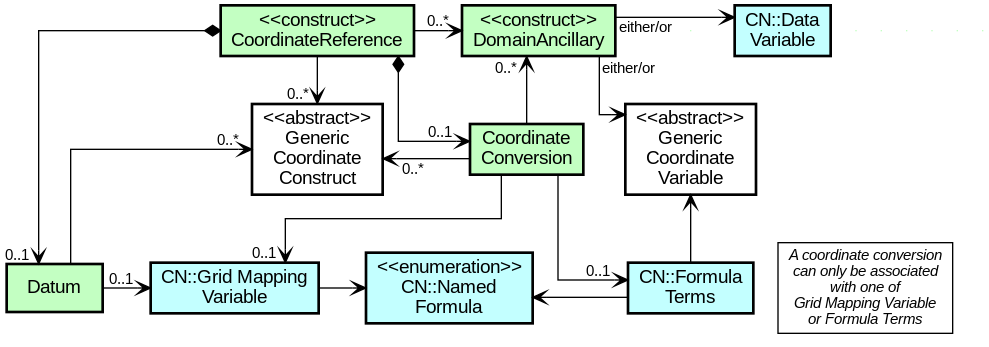
Above: images/cfdm_coordinate_reference.png in cf-convention/cf-conventions (Graphviz), before the change. Its source is kept beside it as images/cfdm_coordinate_reference.gv. Source of this version:
```dot
digraph {splines=ortho nodesep="+0.25"

node [
     style="filled,bold"
     shape=rectangle
     fillcolor="#C3FFC2"
     width=1.0
     height=0.5
     fontname="Arial"
     ]

DataVariable [
	       fillcolor="#C3FFFF"
	       label="CN::Data\nVariable"
	       ]

GenericCoordinateVariable [
		  label="<<abstract>>\nGeneric\nCoordinate\nVariable"
		  fillcolor=white
		  ]
GridMappingVariable [
	     fillcolor="#C3FFFF"
	     label="CN::Grid Mapping\nVariable"
	     ]

NamedFormula [
	     fillcolor="#C3FFFF"
	     label="<<enumeration>>\nCN::Named\nFormula"
	     ]

FormulaTerms [
	     fillcolor="#C3FFFF"
	     label="CN::Formula\nTerms"
	     ]

GenericCoordinateConstruct [
		  label="<<abstract>>\nGeneric\nCoordinate\nConstruct"
		  fillcolor=white
		  ]
DomainAncillary [
	   label="<<construct>>\nDomainAncillary"
	   ]
CoordinateReference [
		    label="<<construct>>\nCoordinateReference"
		    ]
CoordinateConversion [
		    label="Coordinate\nConversion"
		    ]
Datum [
		    label="Datum"
		    ]

Note [
               style=filled
	       fillcolor=white
	       label="A coordinate conversion
can only be associated
with one of
Grid Mapping Variable
or Formula Terms"
	       fontsize="11.0"
	       fontname="Arial italic"
	       ]

node [
     width=0
     height=0
     size=fixed
     shape=none
     label=""
     ]
route1
route2
route3
route4
route5
route6

edge [arrowtail=none
      arrowhead=vee
      dir=both
      arrowsize=1.0
      fontname="Arial"
      labelfontsize=11.0
      ]

CoordinateReference -> DomainAncillary [headlabel="0..*   " minlen=2]
CoordinateReference -> GenericCoordinateConstruct [weight=100
                                                   headlabel="0..*  "]
CoordinateReference -> Datum [arrowtail=diamond headlabel="0..1  "]
CoordinateReference -> CoordinateConversion [arrowtail=diamond
		                             headlabel="0..1    "]
DomainAncillary -> CoordinateConversion [arrowhead=none
			                 arrowtail=vee
					 taillabel="0..*       "
			                 labeldistance=1.1]
GenericCoordinateConstruct -> CoordinateConversion [arrowhead=none
			                            arrowtail=vee
						    taillabel="   0..*"
						    labeldistance=2.0]
DomainAncillary -> DataVariable [taillabel="   either/or" minlen=5
                                 labeldistance=2]
DomainAncillary -> GenericCoordinateVariable [taillabel="                  either/or"
                                              labeldistance=1.1]

Datum -> GenericCoordinateConstruct [headlabel="0..*   "]
Datum -> GridMappingVariable [minlen=2 headlabel="0..1    "]
GridMappingVariable -> NamedFormula [minlen=2]
NamedFormula -> FormulaTerms [arrowtail=vee arrowhead=none minlen=4]
GenericCoordinateVariable -> FormulaTerms [weight=100
			                   arrowtail=vee
					   arrowhead=none]

CoordinateConversion -> GridMappingVariable [headlabel="0..1  "]
CoordinateConversion -> FormulaTerms [headlabel="0..1    "]

{rank=same; CoordinateReference, DomainAncillary, DataVariable}
{rank=same; GenericCoordinateConstruct, CoordinateConversion,
	    GenericCoordinateVariable}
{rank=same; Datum, GridMappingVariable, NamedFormula, FormulaTerms, Note}


CoordinateConversion -> GenericCoordinateVariable [style=invis]
Data -> GenericCoordinateVariable [style=invis]

}
```
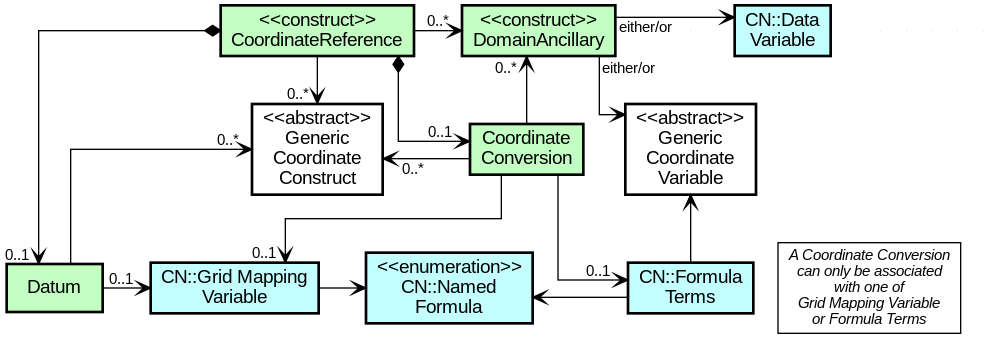
Above is the later version.

Commit message:
figure notes

Change to the diagram source:
```diff
@@ -53,7 +53,7 @@
 Note [
                style=filled
 	       fillcolor=white
-	       label="A coordinate conversion
+	       label="A Coordinate Conversion
 can only be associated
 with one of
 Grid Mapping Variable
```
